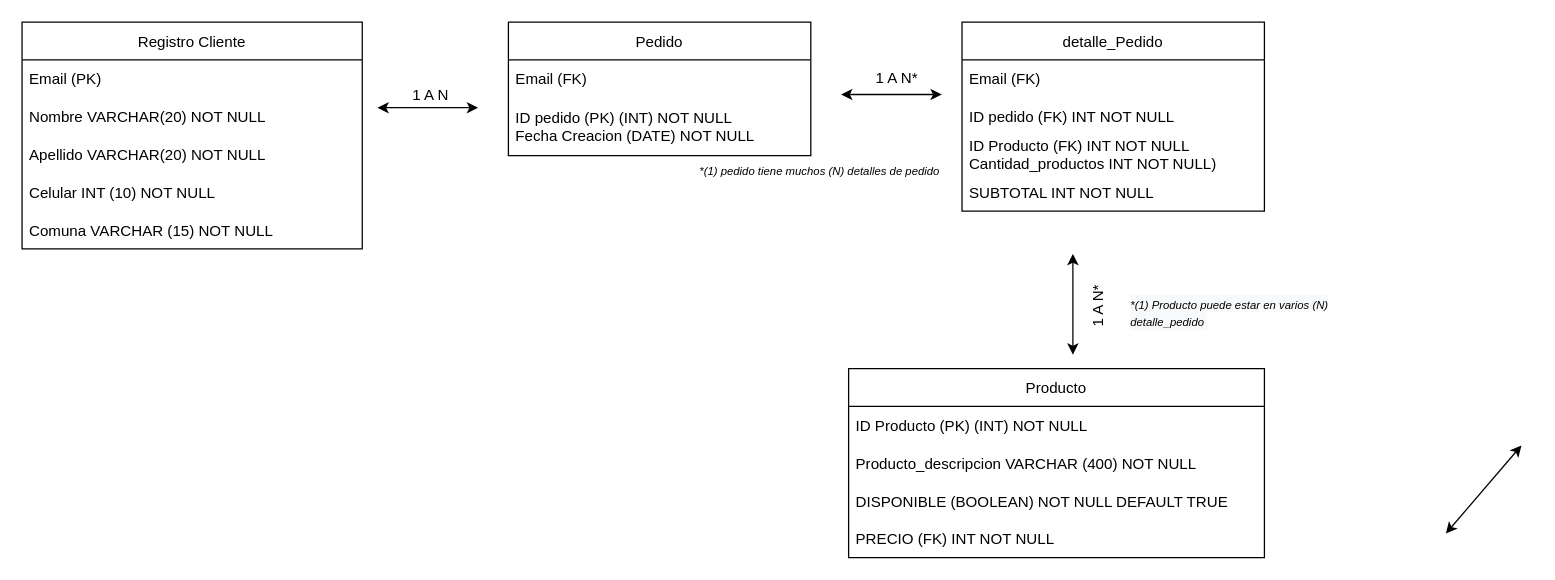
The draw.io diagram docs/DUML.drawio in javiamallen/proyectofinal, before the edit. Source tidied: cells renumbered, new cells numbered last; positions are measured from the earlier drawing's top-left corner, leaving out a move shared by most shapes. Both pictures are drawn from the tidied source at 126%, with x=0, y=0 at pixel (21, 21).
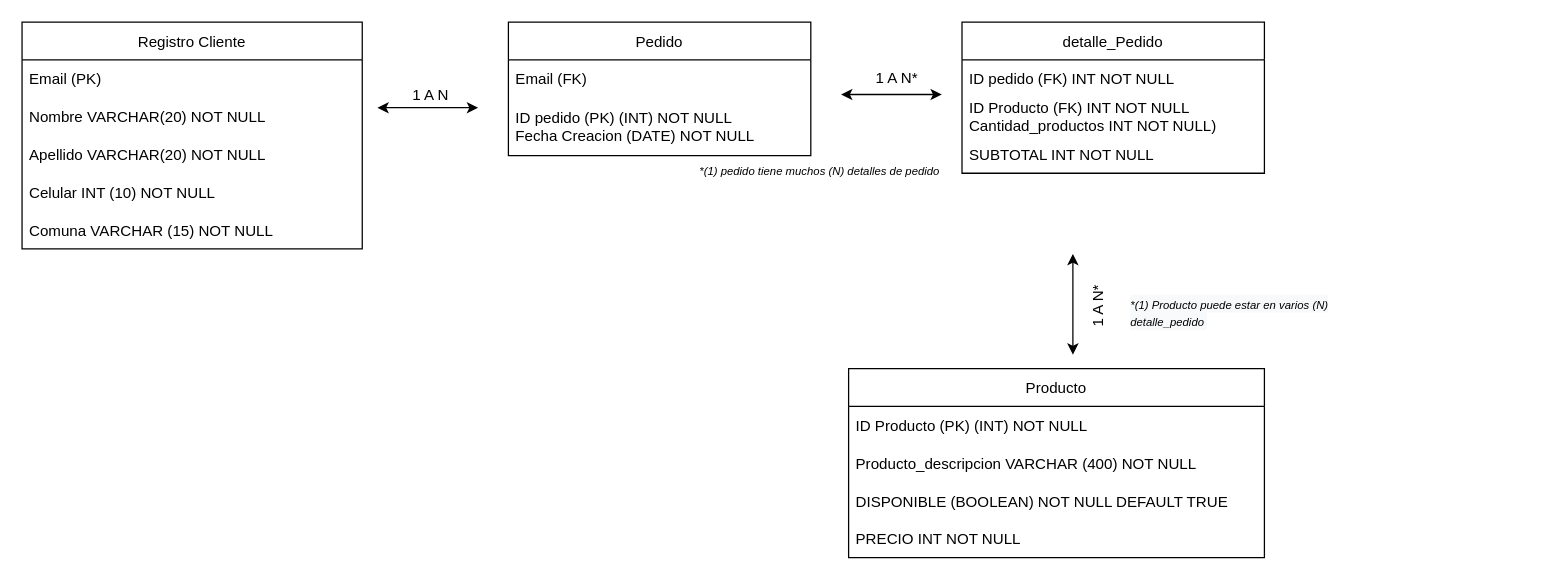
Above is the later version.

The change refers to these unchanged cells:
```xml
<mxCell id="11" value="Producto" style="swimlane;fontStyle=0;horizontal=1;startSize=30;" parent="1" vertex="1">
  <mxGeometry x="656" y="275" width="330" height="150" as="geometry" />
</mxCell>
```

The edit, as a diff of the source:
```diff
@@
-    <mxCell id="15" value="PRECIO (FK) INT NOT NULL" style="text;strokeColor=none;fillColor=none;align=left;verticalAlign=middle;spacingLeft=4;spacingRight=4;overflow=hidden;" parent="11" vertex="1">
+    <mxCell id="15" value="PRECIO INT NOT NULL" style="text;strokeColor=none;fillColor=none;align=left;verticalAlign=middle;spacingLeft=4;spacingRight=4;overflow=hidden;" parent="11" vertex="1">
       <mxGeometry y="120" width="330" height="30" as="geometry" />
     </mxCell>
@@
     <mxCell id="18" value="detalle_Pedido" style="swimlane;fontStyle=0;horizontal=1;startSize=30;" parent="1" vertex="1">
-      <mxGeometry x="746" width="240" height="150" as="geometry" />
+      <mxGeometry x="746" width="240" height="120" as="geometry" />
     </mxCell>
-    <mxCell id="19" value="Email (FK)" style="text;strokeColor=none;fillColor=none;align=left;verticalAlign=middle;spacingLeft=4;spacingRight=4;overflow=hidden;" parent="18" vertex="1">
-      <mxGeometry y="30" width="240" height="30" as="geometry" />
-    </mxCell>
     <mxCell id="20" value="ID pedido (FK) INT NOT NULL" style="text;strokeColor=none;fillColor=none;align=left;verticalAlign=middle;spacingLeft=4;spacingRight=4;overflow=hidden;" parent="18" vertex="1">
-      <mxGeometry y="60" width="240" height="30" as="geometry" />
+      <mxGeometry y="30" width="240" height="30" as="geometry" />
     </mxCell>
     <mxCell id="21" value="ID Producto (FK) INT NOT NULL&#10;Cantidad_productos INT NOT NULL)" style="text;strokeColor=none;fillColor=none;align=left;verticalAlign=middle;spacingLeft=4;spacingRight=4;overflow=hidden;" parent="18" vertex="1">
-      <mxGeometry y="90" width="240" height="30" as="geometry" />
+      <mxGeometry y="60" width="240" height="30" as="geometry" />
     </mxCell>
     <mxCell id="22" value="SUBTOTAL INT NOT NULL" style="text;strokeColor=none;fillColor=none;align=left;verticalAlign=middle;spacingLeft=4;spacingRight=4;overflow=hidden;" parent="18" vertex="1">
-      <mxGeometry y="120" width="240" height="30" as="geometry" />
+      <mxGeometry y="90" width="240" height="30" as="geometry" />
     </mxCell>
-    <mxCell id="23" style="endArrow=classic;startArrow=classic;html=1;rounded=0;" parent="1" edge="1">
-      <mxGeometry relative="1" as="geometry">
-        <mxPoint x="1130" y="406" as="sourcePoint" />
-        <mxPoint x="1190" y="336" as="targetPoint" />
-      </mxGeometry>
-    </mxCell>
```
